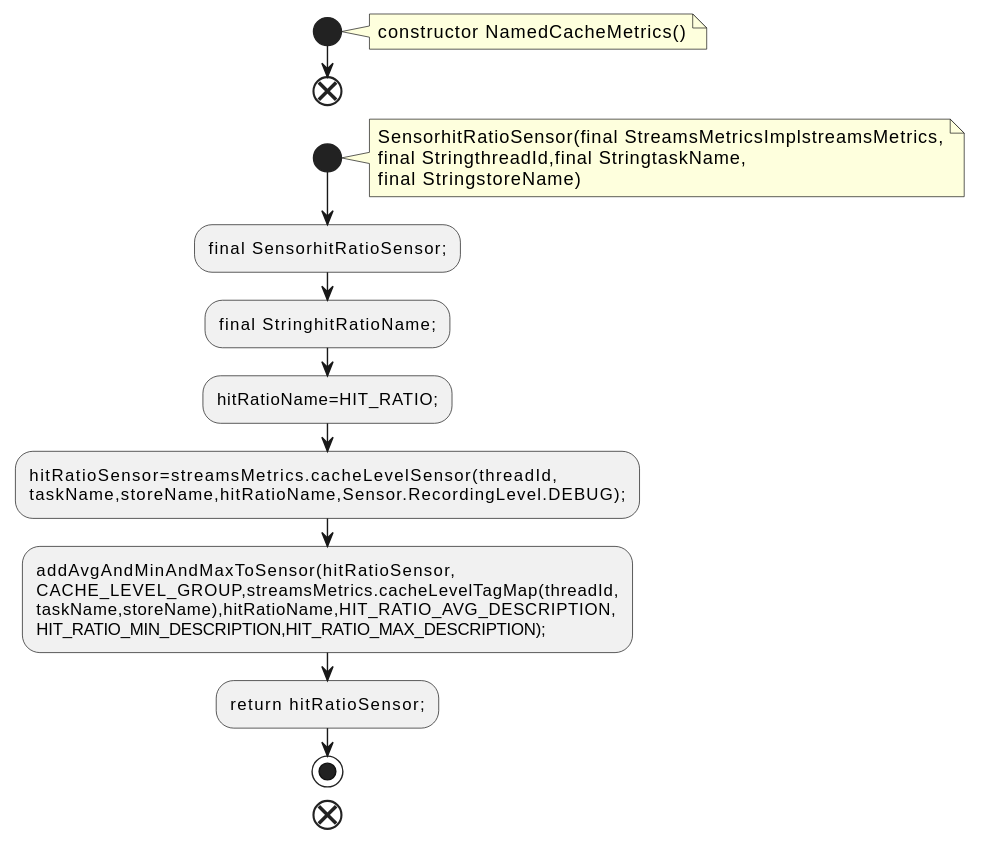
Above: docs/qc/streams/src/main/java/org/apache/kafka/streams/state/internals/metrics/NamedCacheMetrics.java.fct.svg in qualitesys/kafka (PlantUML), before the change.
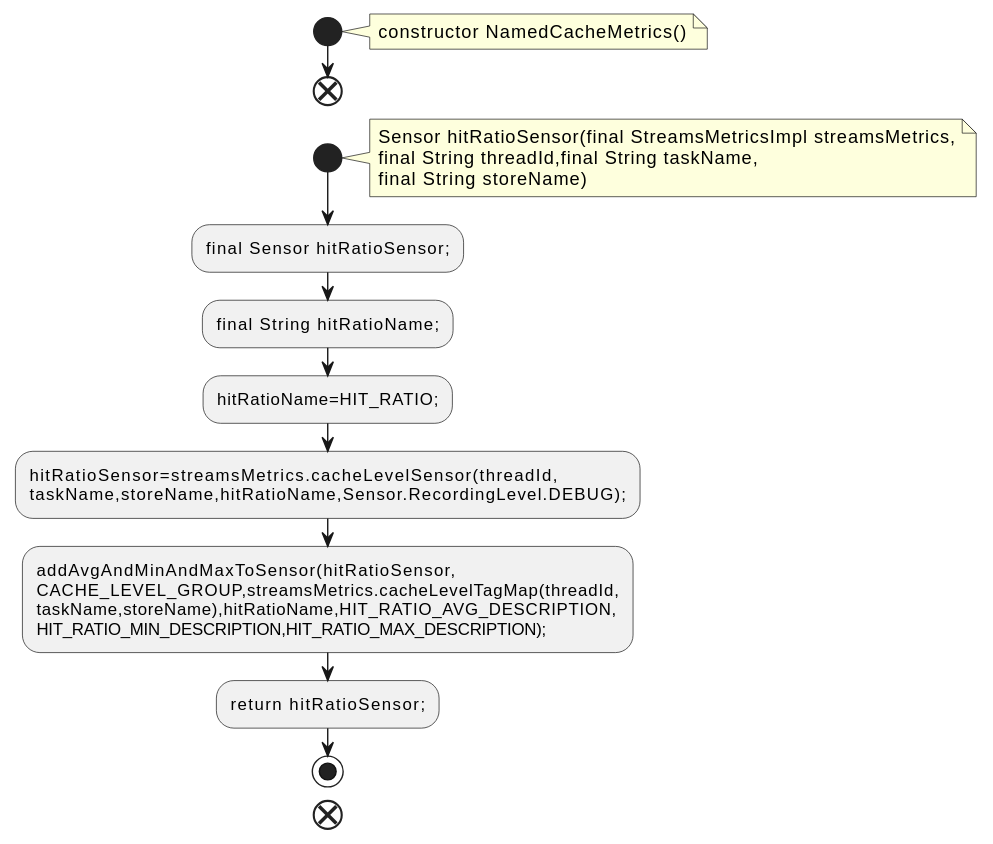
The same diagram one commit later.

The edit, as a diff of the source:
```diff
@@ -7,12 +7,12 @@
 end
 start
 note right
-SensorhitRatioSensor(final StreamsMetricsImplstreamsMetrics,
-final StringthreadId,final StringtaskName,
-final StringstoreName)
+Sensor hitRatioSensor(final StreamsMetricsImpl streamsMetrics,
+final String threadId,final String taskName,
+final String storeName)
 end note
-:final SensorhitRatioSensor;;
-:final StringhitRatioName;;
+:final Sensor hitRatioSensor;;
+:final String hitRatioName;;
 :hitRatioName=HIT_RATIO;;
 :hitRatioSensor=streamsMetrics.cacheLevelSensor(threadId,
 taskName,storeName,hitRatioName,Sensor.RecordingLevel.DEBUG);;
```
